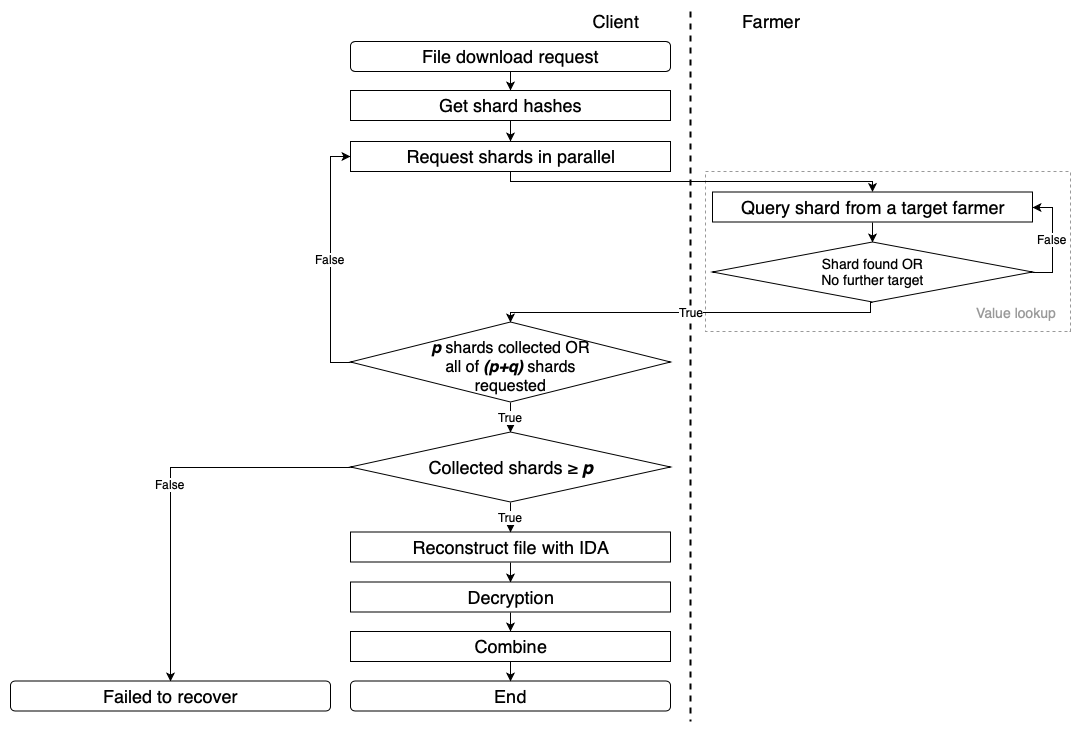
Above: figures/download_flow.png in tom6311tom6311/ntu-thesis (draw.io), before the change. Source tidied: cells renumbered, new cells last; positions are measured from the earlier drawing's top-left corner, leaving out a move shared by most shapes.
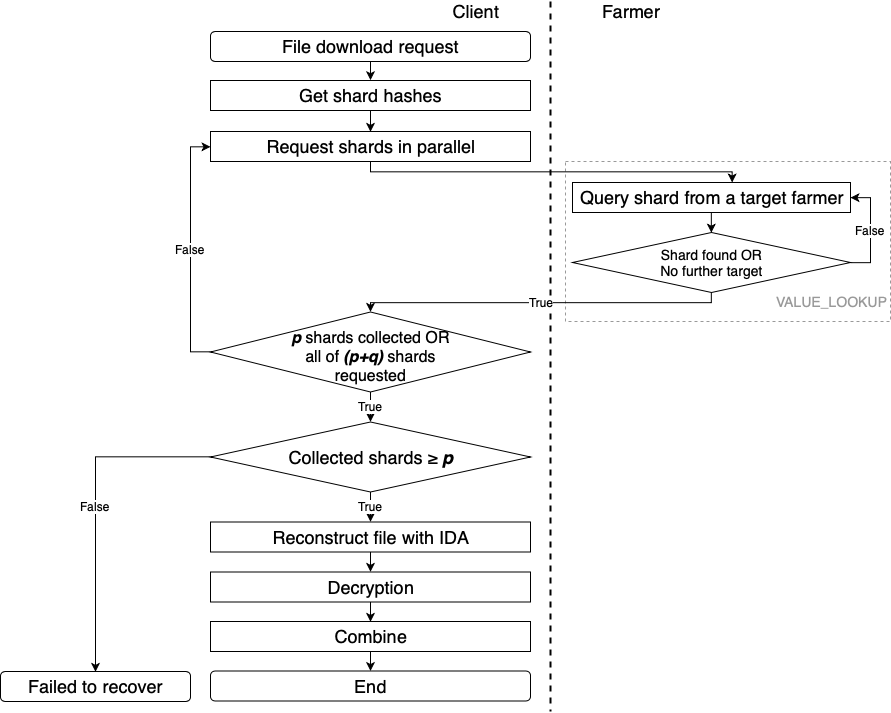
Later version of the same file.

Change to the diagram source:
```diff
@@ -3,7 +3,7 @@
     <mxCell id="0" />
     <mxCell id="1" parent="0" />
     <mxCell id="2" style="rounded=0;whiteSpace=wrap;html=1;fontSize=16;dashed=1;fillColor=none;strokeColor=#999999;" parent="1" vertex="1">
-      <mxGeometry x="695" y="160" width="365" height="160" as="geometry" />
+      <mxGeometry x="695" y="160" width="325" height="160" as="geometry" />
     </mxCell>
     <mxCell id="3" style="edgeStyle=orthogonalEdgeStyle;rounded=0;jettySize=auto;html=1;exitX=0.5;exitY=1;exitDx=0;exitDy=0;entryX=0.5;entryY=0;entryDx=0;entryDy=0;fontSize=18;" parent="1" edge="1" source="4" target="6">
       <mxGeometry relative="1" as="geometry" />
@@ -32,7 +32,7 @@
       <mxGeometry relative="1" as="geometry" />
     </mxCell>
     <mxCell id="10" value="&lt;font style=&quot;font-size: 18px;&quot;&gt;Query shard from a&amp;nbsp;target farmer&lt;/font&gt;&lt;br style=&quot;font-size: 18px;&quot;&gt;" style="rounded=0;whiteSpace=wrap;html=1;fontSize=18;" parent="1" vertex="1">
-      <mxGeometry x="702" y="180.5" width="320" height="30" as="geometry" />
+      <mxGeometry x="702" y="181" width="278" height="30" as="geometry" />
     </mxCell>
     <mxCell id="11" value="&lt;font style=&quot;font-size: 18px;&quot;&gt;End&lt;/font&gt;" style="rounded=1;whiteSpace=wrap;html=1;fontSize=18;" parent="1" vertex="1">
       <mxGeometry x="340" y="669.5" width="320" height="30" as="geometry" />
@@ -64,13 +64,13 @@
     <mxCell id="19" value="True" style="edgeStyle=orthogonalEdgeStyle;rounded=0;jettySize=auto;html=1;exitX=0.5;exitY=1;exitDx=0;exitDy=0;entryX=0.5;entryY=0;entryDx=0;entryDy=0;fontSize=12;" parent="1" edge="1" source="20" target="17">
       <mxGeometry relative="1" as="geometry">
         <Array as="points">
-          <mxPoint x="860" y="300.5" />
-          <mxPoint x="500" y="300.5" />
+          <mxPoint x="841" y="301" />
+          <mxPoint x="500" y="301" />
         </Array>
       </mxGeometry>
     </mxCell>
     <mxCell id="20" value="&lt;font style=&quot;font-size: 14px;&quot;&gt;Shard found OR&lt;br style=&quot;font-size: 14px;&quot;&gt;No further target&lt;/font&gt;" style="rhombus;whiteSpace=wrap;html=1;fontSize=14;" parent="1" vertex="1">
-      <mxGeometry x="702" y="230.5" width="320" height="60" as="geometry" />
+      <mxGeometry x="702" y="231" width="278" height="60" as="geometry" />
     </mxCell>
     <mxCell id="21" style="edgeStyle=orthogonalEdgeStyle;rounded=0;jettySize=auto;html=1;exitX=0.5;exitY=1;exitDx=0;exitDy=0;entryX=0.5;entryY=0;entryDx=0;entryDy=0;fontSize=18;" parent="1" edge="1" source="22" target="24">
       <mxGeometry relative="1" as="geometry" />
@@ -94,10 +94,10 @@
       <mxGeometry x="340" y="420.5" width="320" height="70" as="geometry" />
     </mxCell>
     <mxCell id="28" value="&lt;font style=&quot;font-size: 18px&quot;&gt;Failed to recover&lt;/font&gt;" style="rounded=1;whiteSpace=wrap;html=1;fontSize=18;" parent="1" vertex="1">
-      <mxGeometry y="669.5" width="320" height="30" as="geometry" />
+      <mxGeometry x="130" y="670" width="190" height="30" as="geometry" />
     </mxCell>
-    <mxCell id="29" value="Value lookup" style="text;html=1;strokeColor=none;fillColor=none;align=center;verticalAlign=middle;whiteSpace=wrap;rounded=0;dashed=1;fontSize=14;fontColor=#999999;" parent="1" vertex="1">
-      <mxGeometry x="960" y="291" width="90" height="20" as="geometry" />
+    <mxCell id="29" value="VALUE_LOOKUP" style="text;html=1;strokeColor=none;fillColor=none;align=center;verticalAlign=middle;whiteSpace=wrap;rounded=0;dashed=1;fontSize=14;fontColor=#999999;" parent="1" vertex="1">
+      <mxGeometry x="916" y="290.5" width="90" height="20" as="geometry" />
     </mxCell>
     <mxCell id="30" style="edgeStyle=orthogonalEdgeStyle;rounded=0;jettySize=auto;html=1;exitX=0.5;exitY=1;exitDx=0;exitDy=0;entryX=0.5;entryY=0;entryDx=0;entryDy=0;" parent="1" edge="1" source="31" target="11">
       <mxGeometry relative="1" as="geometry" />
```
